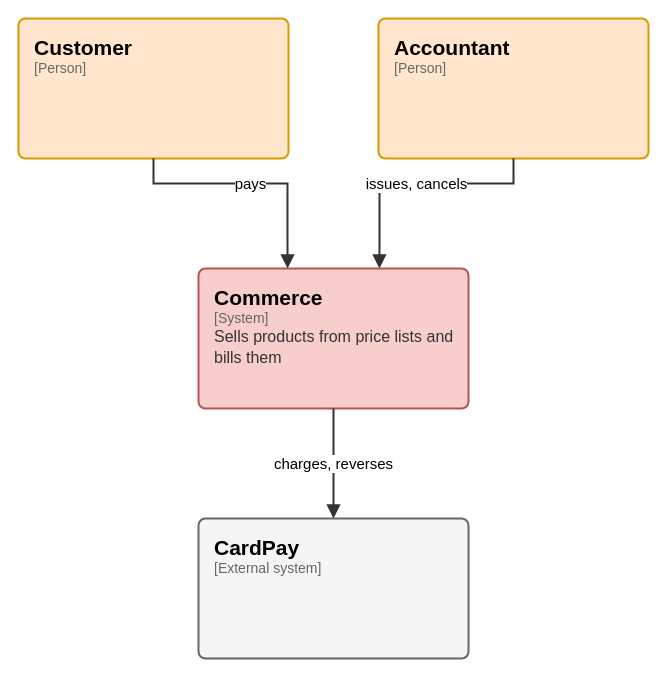
elie29/partition-commerce keeps this draw.io diagram as page "C4 1 - Context" (1 of 7) of docs/architecture/c4.drawio. Above is the earlier version. Source tidied: cells renumbered, new cells numbered last; positions are measured from the earlier drawing's top-left corner, leaving out a move shared by most shapes. Both pictures are drawn from the tidied source at 100%, with x=0, y=0 at pixel (18, 18).
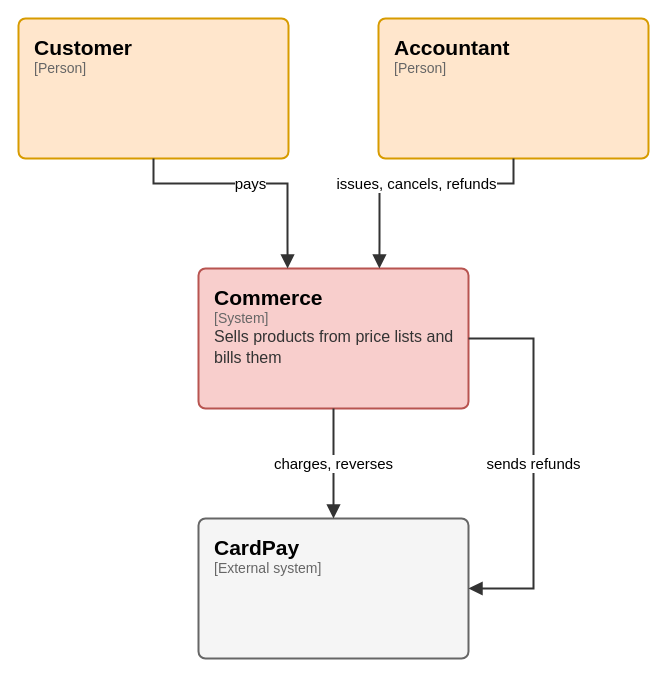
Above is the later version.

What changed in the source:
```diff
@@
 <mxGraphModel background="#FFFFFF">
   <root>
     <mxCell id="0" />
     <mxCell id="1" parent="0" />
     <mxCell id="2" value="&lt;span style=&quot;font-size:21px;font-weight:600;color:#000000&quot;&gt;Commerce&lt;/span&gt;&lt;br&gt;&lt;span style=&quot;font-family:IBM Plex Mono;font-size:14px;color:#666666&quot;&gt;[System]&lt;/span&gt;&lt;br&gt;&lt;span style=&quot;font-size:16px;color:#333333;line-height:1.3&quot;&gt;Sells products from price lists and bills them&lt;/span&gt;" style="rounded=1;absoluteArcSize=1;arcSize=14;html=1;whiteSpace=wrap;fillColor=#f8cecc;strokeColor=#b85450;strokeWidth=2;fontFamily=IBM Plex Sans;align=left;verticalAlign=top;spacingLeft=14;spacingRight=10;spacingTop=10;partition=8UICxrTyGL;" parent="1" vertex="1">
       <mxGeometry x="180" y="250" width="270" height="140" as="geometry" />
     </mxCell>
     <mxCell id="3" value="&lt;span style=&quot;font-size:21px;font-weight:600;color:#000000&quot;&gt;Customer&lt;/span&gt;&lt;br&gt;&lt;span style=&quot;font-family:IBM Plex Mono;font-size:14px;color:#666666&quot;&gt;[Person]&lt;/span&gt;" style="rounded=1;absoluteArcSize=1;arcSize=14;html=1;whiteSpace=wrap;fillColor=#ffe6cc;strokeColor=#d79b00;strokeWidth=2;fontFamily=IBM Plex Sans;align=left;verticalAlign=top;spacingLeft=14;spacingRight=10;spacingTop=10;partition=4vRrjfbs1-;" parent="1" vertex="1">
       <mxGeometry width="270" height="140" as="geometry" />
     </mxCell>
     <mxCell id="4" value="&lt;span style=&quot;font-size:21px;font-weight:600;color:#000000&quot;&gt;Accountant&lt;/span&gt;&lt;br&gt;&lt;span style=&quot;font-family:IBM Plex Mono;font-size:14px;color:#666666&quot;&gt;[Person]&lt;/span&gt;" style="rounded=1;absoluteArcSize=1;arcSize=14;html=1;whiteSpace=wrap;fillColor=#ffe6cc;strokeColor=#d79b00;strokeWidth=2;fontFamily=IBM Plex Sans;align=left;verticalAlign=top;spacingLeft=14;spacingRight=10;spacingTop=10;partition=hqKT2AtbgB;" parent="1" vertex="1">
       <mxGeometry x="360" width="270" height="140" as="geometry" />
     </mxCell>
     <mxCell id="5" value="&lt;span style=&quot;font-size:21px;font-weight:600;color:#000000&quot;&gt;CardPay&lt;/span&gt;&lt;br&gt;&lt;span style=&quot;font-family:IBM Plex Mono;font-size:14px;color:#666666&quot;&gt;[External system]&lt;/span&gt;" style="rounded=1;absoluteArcSize=1;arcSize=14;html=1;whiteSpace=wrap;fillColor=#f5f5f5;strokeColor=#666666;strokeWidth=2;fontFamily=IBM Plex Sans;align=left;verticalAlign=top;spacingLeft=14;spacingRight=10;spacingTop=10;partition=2LmVOq51Ln;" parent="1" vertex="1">
       <mxGeometry x="180" y="500" width="270" height="140" as="geometry" />
     </mxCell>
     <mxCell id="6" value="pays" style="edgeStyle=orthogonalEdgeStyle;rounded=0;html=1;endArrow=block;endFill=1;endSize=9;strokeColor=#333333;strokeWidth=2;fontFamily=IBM Plex Sans;fontSize=15;fontColor=#000000;labelBackgroundColor=#FFFFFF;spacing=3;exitX=0.5;exitY=1;exitPerimeter=0;entryX=0.33;entryY=0;entryPerimeter=0;partition=xNEBoLaS1c;" parent="1" edge="1" source="3" target="2">
       <mxGeometry relative="1" as="geometry">
         <Array as="points">
           <mxPoint x="135" y="165" />
           <mxPoint x="269" y="165" />
           <mxPoint x="269" y="225" />
         </Array>
       </mxGeometry>
     </mxCell>
-    <mxCell id="7" value="issues, cancels" style="edgeStyle=orthogonalEdgeStyle;rounded=0;html=1;endArrow=block;endFill=1;endSize=9;strokeColor=#333333;strokeWidth=2;fontFamily=IBM Plex Sans;fontSize=15;fontColor=#000000;labelBackgroundColor=#FFFFFF;spacing=3;exitX=0.5;exitY=1;exitPerimeter=0;entryX=0.67;entryY=0;entryPerimeter=0;partition=liw0UY-cbi;" parent="1" edge="1" source="4" target="2">
+    <mxCell id="7" value="issues, cancels, refunds" style="edgeStyle=orthogonalEdgeStyle;rounded=0;html=1;endArrow=block;endFill=1;endSize=9;strokeColor=#333333;strokeWidth=2;fontFamily=IBM Plex Sans;fontSize=15;fontColor=#000000;labelBackgroundColor=#FFFFFF;spacing=3;exitX=0.5;exitY=1;exitPerimeter=0;entryX=0.67;entryY=0;entryPerimeter=0;partition=liw0UY-cbi;" parent="1" edge="1" source="4" target="2">
       <mxGeometry relative="1" as="geometry">
         <Array as="points">
           <mxPoint x="495" y="165" />
           <mxPoint x="361" y="165" />
           <mxPoint x="361" y="225" />
         </Array>
       </mxGeometry>
     </mxCell>
     <mxCell id="8" value="charges, reverses" style="edgeStyle=orthogonalEdgeStyle;rounded=0;html=1;endArrow=block;endFill=1;endSize=9;strokeColor=#333333;strokeWidth=2;fontFamily=IBM Plex Sans;fontSize=15;fontColor=#000000;labelBackgroundColor=#FFFFFF;spacing=3;exitX=0.5;exitY=1;exitPerimeter=0;entryX=0.5;entryY=0;entryPerimeter=0;partition=jiSUEbTEbW;" parent="1" edge="1" source="2" target="5">
       <mxGeometry relative="1" as="geometry">
         <Array as="points">
           <mxPoint x="315" y="415" />
           <mxPoint x="315" y="475" />
         </Array>
       </mxGeometry>
     </mxCell>
+    <mxCell id="9" value="sends refunds" style="edgeStyle=orthogonalEdgeStyle;rounded=0;html=1;endArrow=block;endFill=1;endSize=9;strokeColor=#333333;strokeWidth=2;fontFamily=IBM Plex Sans;fontSize=15;fontColor=#000000;labelBackgroundColor=#FFFFFF;spacing=3;exitX=1;exitY=0.5;exitPerimeter=0;entryX=1;entryY=0.5;entryPerimeter=0;partition=wpezEKrRBC;" parent="1" edge="1" source="2" target="5">
+      <mxGeometry relative="1" as="geometry">
+        <Array as="points">
+          <mxPoint x="515" y="320" />
+          <mxPoint x="515" y="570" />
+        </Array>
+      </mxGeometry>
+    </mxCell>
   </root>
 </mxGraphModel>
```
